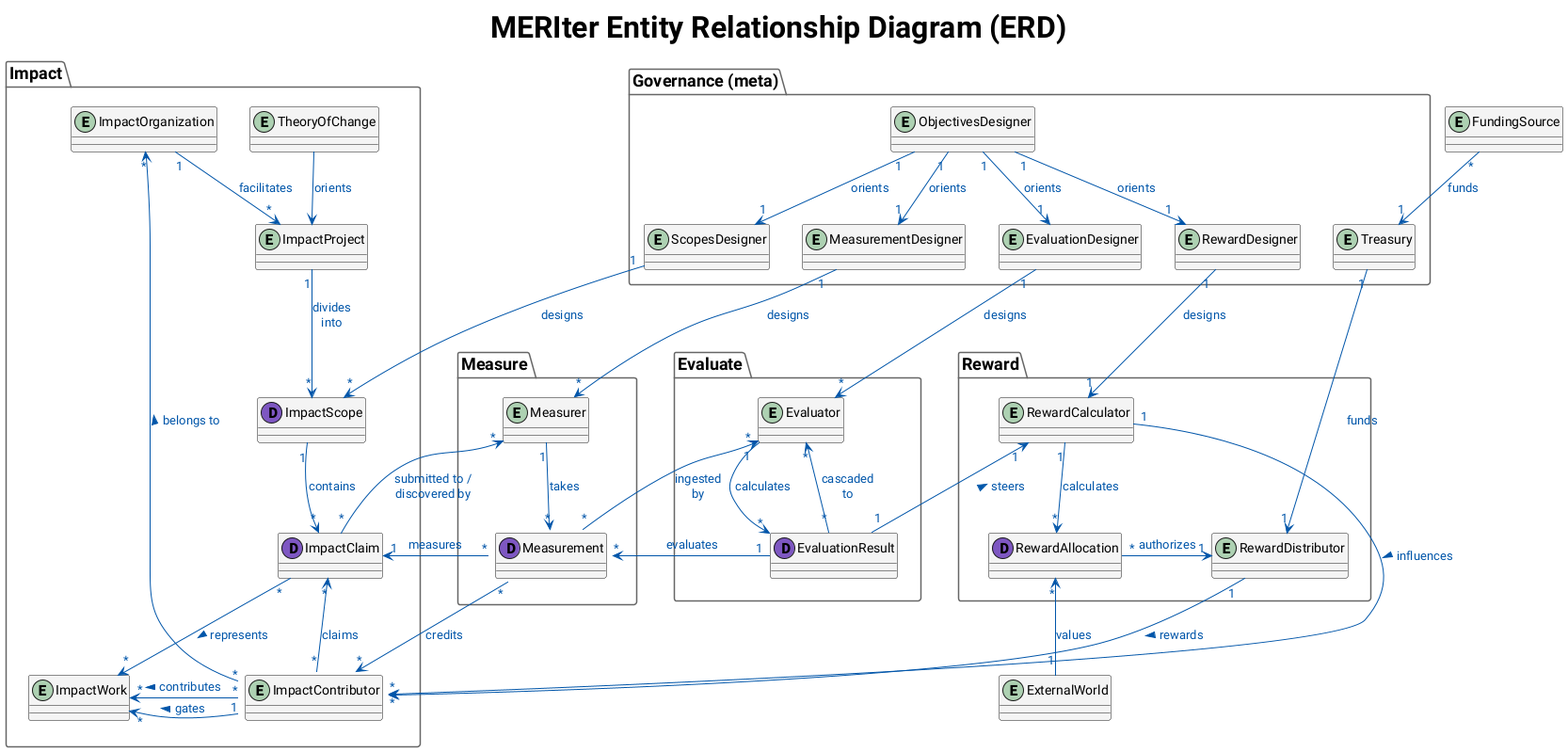
This is diagrams/ERD.png from aspiers/ImpactEvaluators, a PlantUML export, as it was before one commit. Source of this version:
```plantuml
@startuml "MERIter ERD"

!ifndef PROJECT_NAME
!define PROJECT_NAME MERIter
!endif
!$DIAGRAM_TYPE = "Entity Relationship Diagram (ERD)"
!ifndef FULL_TITLE
!$FULL_TITLE = PROJECT_NAME + " " + $DIAGRAM_TYPE
!endif

!ifndef SHOW_FIELDS
!define SHOW_FIELDS "false"
!endif
!ifndef SHOW_EAS_FIELDS
!define SHOW_EAS_FIELDS "false"
!endif
!ifndef VISIBLE_PACKAGES
!define VISIBLE_PACKAGES "Governance,Impact,Measure,Evaluate,Reward"
!endif

!function $isPackageVisible($packageName)
  !return %strpos(VISIBLE_PACKAGES, $packageName) != -1
!endfunction

title $FULL_TITLE

!if (SHOW_FIELDS == "false")
hide empty fields
!endif

<style>
document {
    title {
        FontSize 32
        FontStyle bold
    }
}
package {
    title {
        FontSize 18
    }
    LineColor #666666
}
classDiagram {
    class {
        BackgroundColor #55555511
    }
    arrow {
        LineColor #0055A9
        FontColor #0055A9
    }
    class, entity, note {
    }
}
spot {
    spotEntity, spotDataClass {
    }
}
</style>


!if ($isPackageVisible("Governance"))

package "Governance (meta)" as Governance {
    entity ObjectivesDesigner [[{The ObjectivesDesigner is responsible for defining high-level goals and objectives that orient the entire impact evaluation system.}]]
    entity ScopesDesigner [[{The ScopesDesigner is responsible for defining and structuring impact scopes that divide projects into measurable units.}]]
    entity MeasurementDesigner [[{The MeasurementDesigner is responsible for designing measurement methodologies and configuring how measurements should be taken.}]]
    entity EvaluationDesigner [[{The EvaluationDesigner is responsible for designing evaluation criteria and methodologies for assessing measurements.}]]
    entity RewardDesigner [[{The RewardDesigner is responsible for designing reward policies and distribution mechanisms for impact contributors.}]]
    entity Treasury [[{The Treasury is a pool of funds available for rewarding impact contributions and funding operations.}]]

    RewardDesigner -r[hidden]-> Treasury
    ScopesDesigner -r[hidden]-> MeasurementDesigner
    MeasurementDesigner -r[hidden]-> EvaluationDesigner
    EvaluationDesigner -r[hidden]-> RewardDesigner

    ObjectivesDesigner "1" --> "1" ScopesDesigner : orients
    ObjectivesDesigner "1" --> "1" MeasurementDesigner : orients
    ObjectivesDesigner "1" --> "1" EvaluationDesigner : orients
    ObjectivesDesigner "1" --> "1" RewardDesigner : orients
}
!endif

!if ($isPackageVisible("Impact"))
package Impact {
    entity TheoryOfChange [[{The TheoryOfChange is a framework that describes how and why desired changes are expected to happen in a particular context.}]]

    entity ImpactOrganization [[{The ImpactOrganization is an entity that facilitates and oversees impact projects and their contributors.}]] {
        !if (SHOW_FIELDS == "true")
        organizationDID
        !endif
    }
    entity ImpactProject [[{The ImpactProject is a specific initiative aimed at creating measurable positive impact within defined scopes.}]] {
        !if (SHOW_FIELDS == "true")
        organization
        !endif
    }
    entity ImpactWork [[{The ImpactWork is the actual work performed by contributors that generates impact within a project.}]]
    dataclass ImpactScope [[{The ImpactScope is a piece of structured data defining boundaries and timeframes for measuring impact within a project.}]] {
        !if (SHOW_FIELDS == "true")
        projectUID
        epoch or timeInterval
        !if (SHOW_EAS_FIELDS == "true")
        --
        uid
        schema
        refUID
        time (of creation)
        expirationTime
        revocationTime
        recipient
        attester
        revocable
        !endif
        !endif
    }
    dataclass ImpactClaim [[{The ImpactClaim is a structured piece of data serving as a vehicle for ImpactContributor entities to group communicate outcomes to Measurers}]] {
        !if (SHOW_FIELDS == "true")
        scope
        timeInterval
        extra data
        !if (SHOW_EAS_FIELDS == "true")
        --
        uid
        schema
        refUID
        time (of creation)
        expirationTime
        revocationTime
        recipient
        attester
        revocable
        !endif
        !endif
    }

    entity ImpactContributor [[{The ImpactContributor is a human and/or digital entity that performs work and claims impact within projects.}]] {
        !if (SHOW_FIELDS == "true")
        workDecisionPolicy
        !endif
    }

    TheoryOfChange -d-> ImpactProject : orients
    ImpactOrganization "1" -d-> "*" ImpactProject : facilitates
    ImpactProject "1" -d-> "*" ImpactScope : divides\ninto
    ImpactScope "1" -d-> "*" ImpactClaim : contains
    ImpactContributor "*" -u-> "*" ImpactClaim : claims
    ImpactContributor "*" --> "*" ImpactWork : > contributes
    ImpactContributor::workDecisionPolicy "1" -l-> "*" ImpactWork : > gates
    ImpactClaim "*" --> "*" ImpactWork : > represents
    ImpactContributor "*" -up--> "*" ImpactOrganization : > belongs to
}
!endif

!if ($isPackageVisible("Measure"))
package Measure {
    dataclass Measurement [[{The Measurement is a piece of structured data capturing specific indicators and metrics related to impact claims.}]] {
        !if (SHOW_FIELDS == "true")
        impactClaimId
        indicator
        timeInterval
        entity
        !if (SHOW_EAS_FIELDS == "true")
        --
        uid
        schema
        refUID
        time (of creation)
        expirationTime
        revocationTime
        recipient
        attester
        revocable
        !endif
        !endif
    }
    entity Measurer [[{The Measurer is a human and/or digital entity responsible for taking measurements of impact claims and outcomes.}]]

    Measurer "1" --> "*" Measurement : takes
}
!endif

!if ($isPackageVisible("Evaluate"))
package Evaluate {
    dataclass EvaluationResult [[{The EvaluationResult is a piece of structured data describing the output of an Evaluator running an evaluation.}]] {
        !if (SHOW_FIELDS == "true")
        timestamp
        !endif
    }
    entity Evaluator [[{The Evaluator is a human and/or digital entity responsible for evaluating measurements and (optionally) other evaluations, and outputting evaluation results.}]]

    Evaluator "1" -d-> "*" EvaluationResult : "calculates    "
    EvaluationResult "*" -u-> "*" Evaluator : "cascaded\nto"
}
!endif

!if ($isPackageVisible("Reward"))
package Reward {
    entity RewardCalculator [[{The RewardCalculator is responsible for calculating reward allocations based on evaluation results and reward policies.}]] {
      !if (SHOW_FIELDS == "true")
      rewardPolicy
      !endif
    }
    dataclass RewardAllocation [[{The RewardAllocation is a piece of structured data specifying the amount and recipient of rewards for impact contributions.}]] {
        !if (SHOW_FIELDS == "true")
        amount
        recipient
        impactClaimId
        !endif
    }
    entity RewardDistributor [[{The RewardDistributor is responsible for executing the distribution of rewards to impact contributors.}]]

    RewardCalculator "1" -d-> "*" RewardAllocation : calculates
    RewardAllocation "*" -r-> "1" RewardDistributor : authorizes
}
!endif

!if ($isPackageVisible("Impact"))
!if ($isPackageVisible("Measure"))
Impact -r[hidden]-> Measure
ImpactClaim -r[hidden]-> Measurer
!endif
!if ($isPackageVisible("Evaluate"))
Impact -r[hidden]-> Evaluate
!endif
!if ($isPackageVisible("Reward"))
Impact -r[hidden]-> Reward
!endif
!endif

!if ($isPackageVisible("Measure"))
!if ($isPackageVisible("Evaluate"))
Measure -r[hidden]-> Evaluate
!endif
!if ($isPackageVisible("Reward"))
Measure -r[hidden]-> Reward
!endif
!endif

!if ($isPackageVisible("Evaluate") && $isPackageVisible("Reward"))
Evaluate -r[hidden]-> Reward
EvaluationResult -r[hidden]-> RewardDistributor
!endif

!if ($isPackageVisible("Governance"))
entity FundingSource [[{The FundingSource is an external entity that provides funds to the treasury for rewarding impact.}]]
FundingSource "*" -d-> "1" Treasury : funds

!if ($isPackageVisible("Impact"))
TheoryOfChange -d[hidden]-> ScopesDesigner
ImpactScope "*" <-l- "1" ScopesDesigner : designs
!endif
!if ($isPackageVisible("Measure"))
MeasurementDesigner "1" -d-> "*" Measurer : designs
!endif
!if ($isPackageVisible("Evaluate"))
EvaluationDesigner "1" -d-> "*" Evaluator : designs
!endif
!if ($isPackageVisible("Reward"))
RewardDesigner "1" --> "1" RewardCalculator : designs
Treasury "1" --> "1" RewardDistributor : funds
!endif
!endif

!if ($isPackageVisible("Impact") && $isPackageVisible("Measure"))
ImpactClaim "*" --> "*" Measurer : "submitted to /\ndiscovered by"
ImpactClaim "1" <-l- "*" Measurement::impactClaimId : measures
ImpactContributor "*" <-l- "*" Measurement::entity : credits
!endif
!if ($isPackageVisible("Evaluate") && $isPackageVisible("Measure"))
Measurement "*" <-l- "1" EvaluationResult : evaluates
Measurement "*" --> "*" Evaluator : "ingested\nby"
!endif
!if ($isPackageVisible("Evaluate") && $isPackageVisible("Reward"))
EvaluationResult "1" --> "1" RewardCalculator : steers >
!endif
!if ($isPackageVisible("Reward") && $isPackageVisible("Impact"))
ImpactContributor "*" <-u-- "1" RewardDistributor : < rewards
ImpactContributor::workDecisionPolicy "*" <-l[norank]-- "1" RewardCalculator : < influences
!endif

!if ($isPackageVisible("Reward"))
entity ExternalWorld [[{The ExternalWorld represents external stakeholders and systems that value and benefit from the impact work.}]]
ExternalWorld "1" -u-> "*" RewardAllocation : values
!endif

@enduml
```
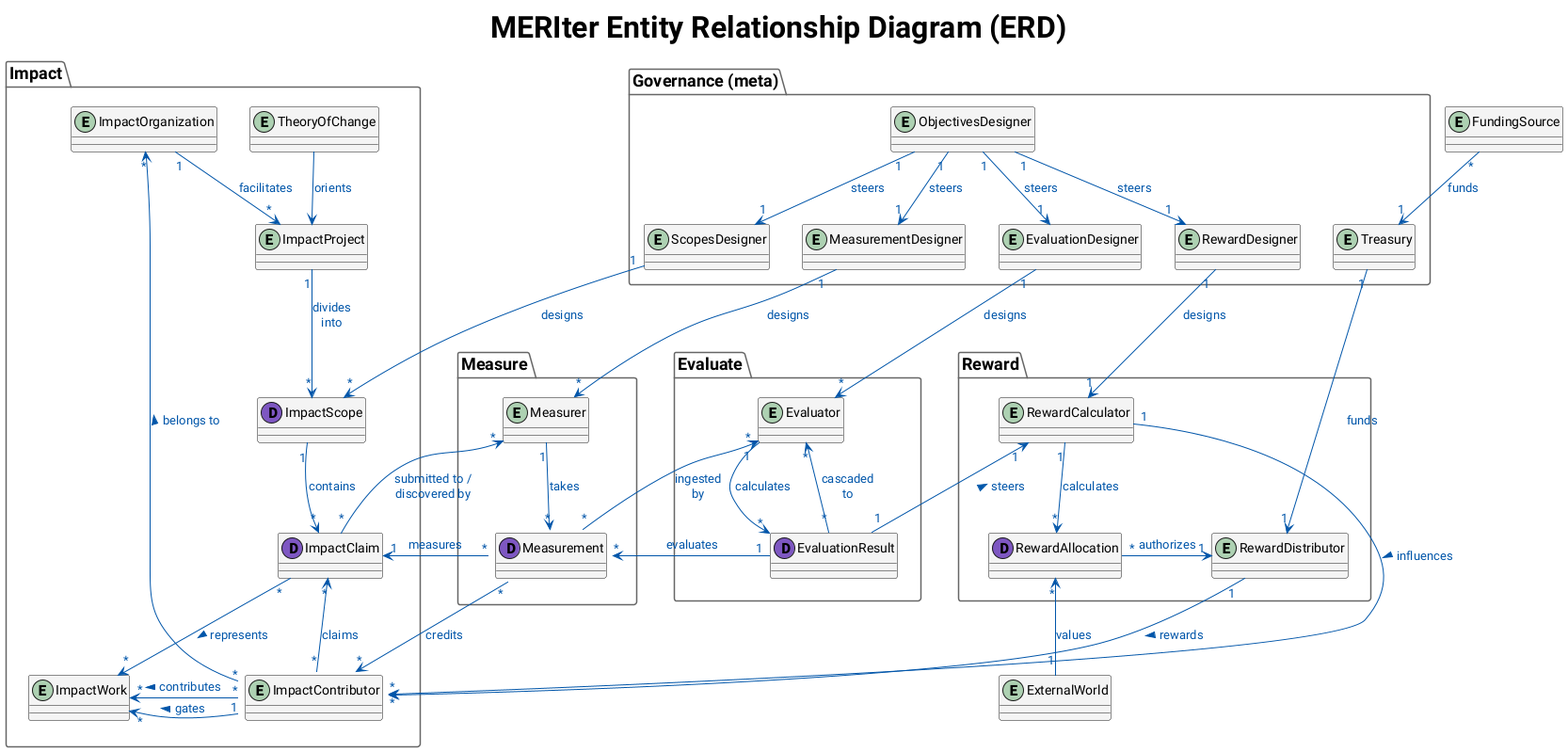
After the commit.

What changed in the source:
```diff
@@ -22,7 +22,11 @@
   !return %strpos(VISIBLE_PACKAGES, $packageName) != -1
 !endfunction
 
+!ifdef $FULL_TITLE
+!if $FULL_TITLE != ""
 title $FULL_TITLE
+!endif
+!endif
 
 !if (SHOW_FIELDS == "false")
 hide empty fields
@@ -74,10 +78,10 @@
     MeasurementDesigner -r[hidden]-> EvaluationDesigner
     EvaluationDesigner -r[hidden]-> RewardDesigner
 
-    ObjectivesDesigner "1" --> "1" ScopesDesigner : orients
-    ObjectivesDesigner "1" --> "1" MeasurementDesigner : orients
-    ObjectivesDesigner "1" --> "1" EvaluationDesigner : orients
-    ObjectivesDesigner "1" --> "1" RewardDesigner : orients
+    ObjectivesDesigner "1" --> "1" ScopesDesigner : steers
+    ObjectivesDesigner "1" --> "1" MeasurementDesigner : steers
+    ObjectivesDesigner "1" --> "1" EvaluationDesigner : steers
+    ObjectivesDesigner "1" --> "1" RewardDesigner : steers
 }
 !endif
 
```
